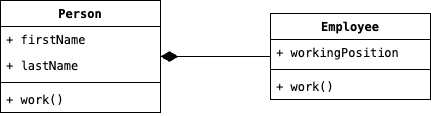
Earlier version of the draw.io export Assets/Images/Introduzione-2.png (mrOranger/DesignPatterns). Source tidied: cells renumbered, new cells last; positions are measured from the earlier drawing's top-left corner, leaving out a move shared by most shapes. Source of this version:
```xml
<mxGraphModel>
  <root>
    <mxCell id="0" />
    <mxCell id="1" parent="0" />
    <mxCell id="2" value="Person" style="swimlane;fontStyle=1;align=center;verticalAlign=top;horizontal=1;startSize=26;whiteSpace=wrap;html=1;fontFamily=Menlo;" parent="1" vertex="1">
      <mxGeometry width="160" height="112" as="geometry" />
    </mxCell>
    <mxCell id="3" value="+ firstName" style="text;strokeColor=none;fillColor=none;align=left;verticalAlign=top;spacingLeft=4;spacingRight=4;overflow=hidden;whiteSpace=wrap;html=1;fontFamily=Menlo;" parent="2" vertex="1">
      <mxGeometry y="26" width="160" height="26" as="geometry" />
    </mxCell>
    <mxCell id="4" value="+ lastName" style="text;strokeColor=none;fillColor=none;align=left;verticalAlign=top;spacingLeft=4;spacingRight=4;overflow=hidden;whiteSpace=wrap;html=1;fontFamily=Menlo;" parent="2" vertex="1">
      <mxGeometry y="52" width="160" height="26" as="geometry" />
    </mxCell>
    <mxCell id="5" style="line;strokeWidth=1;fillColor=none;align=left;verticalAlign=middle;spacingTop=-1;spacingLeft=3;spacingRight=3;labelPosition=right;strokeColor=inherit;fontFamily=Menlo;" parent="2" vertex="1">
      <mxGeometry y="78" width="160" height="8" as="geometry" />
    </mxCell>
    <mxCell id="6" value="+ work()" style="text;strokeColor=none;fillColor=none;align=left;verticalAlign=top;spacingLeft=4;spacingRight=4;overflow=hidden;whiteSpace=wrap;html=1;fontFamily=Menlo;" parent="2" vertex="1">
      <mxGeometry y="86" width="160" height="26" as="geometry" />
    </mxCell>
    <mxCell id="7" style="edgeStyle=orthogonalEdgeStyle;rounded=0;jettySize=auto;html=1;endArrow=diamondThin;endFill=1;endSize=15;startSize=15;fontFamily=Menlo;" parent="1" edge="1" source="8" target="2">
      <mxGeometry relative="1" as="geometry" />
    </mxCell>
    <mxCell id="8" value="Employee" style="swimlane;fontStyle=1;align=center;verticalAlign=top;horizontal=1;startSize=26;whiteSpace=wrap;html=1;fontFamily=Menlo;" parent="1" vertex="1">
      <mxGeometry x="270" y="13" width="160" height="86" as="geometry" />
    </mxCell>
    <mxCell id="9" value="+ workingPosition" style="text;strokeColor=none;fillColor=none;align=left;verticalAlign=top;spacingLeft=4;spacingRight=4;overflow=hidden;whiteSpace=wrap;html=1;fontFamily=Menlo;" parent="8" vertex="1">
      <mxGeometry y="26" width="160" height="26" as="geometry" />
    </mxCell>
    <mxCell id="10" style="line;strokeWidth=1;fillColor=none;align=left;verticalAlign=middle;spacingTop=-1;spacingLeft=3;spacingRight=3;labelPosition=right;strokeColor=inherit;fontFamily=Menlo;" parent="8" vertex="1">
      <mxGeometry y="52" width="160" height="8" as="geometry" />
    </mxCell>
    <mxCell id="11" value="+ work()" style="text;strokeColor=none;fillColor=none;align=left;verticalAlign=top;spacingLeft=4;spacingRight=4;overflow=hidden;whiteSpace=wrap;html=1;fontFamily=Menlo;" parent="8" vertex="1">
      <mxGeometry y="60" width="160" height="26" as="geometry" />
    </mxCell>
  </root>
</mxGraphModel>
```
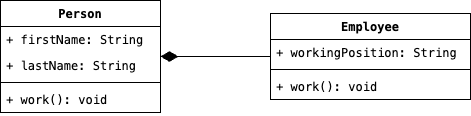
Later version of the same file.

What changed in the source:
```diff
@@ -5,32 +5,32 @@
     <mxCell id="2" value="Person" style="swimlane;fontStyle=1;align=center;verticalAlign=top;horizontal=1;startSize=26;whiteSpace=wrap;html=1;fontFamily=Menlo;" parent="1" vertex="1">
       <mxGeometry width="160" height="112" as="geometry" />
     </mxCell>
-    <mxCell id="3" value="+ firstName" style="text;strokeColor=none;fillColor=none;align=left;verticalAlign=top;spacingLeft=4;spacingRight=4;overflow=hidden;whiteSpace=wrap;html=1;fontFamily=Menlo;" parent="2" vertex="1">
+    <mxCell id="3" value="+ firstName: String" style="text;strokeColor=none;fillColor=none;align=left;verticalAlign=top;spacingLeft=4;spacingRight=4;overflow=hidden;whiteSpace=wrap;html=1;fontFamily=Menlo;" parent="2" vertex="1">
       <mxGeometry y="26" width="160" height="26" as="geometry" />
     </mxCell>
-    <mxCell id="4" value="+ lastName" style="text;strokeColor=none;fillColor=none;align=left;verticalAlign=top;spacingLeft=4;spacingRight=4;overflow=hidden;whiteSpace=wrap;html=1;fontFamily=Menlo;" parent="2" vertex="1">
+    <mxCell id="4" value="+ lastName: String" style="text;strokeColor=none;fillColor=none;align=left;verticalAlign=top;spacingLeft=4;spacingRight=4;overflow=hidden;whiteSpace=wrap;html=1;fontFamily=Menlo;" parent="2" vertex="1">
       <mxGeometry y="52" width="160" height="26" as="geometry" />
     </mxCell>
     <mxCell id="5" style="line;strokeWidth=1;fillColor=none;align=left;verticalAlign=middle;spacingTop=-1;spacingLeft=3;spacingRight=3;labelPosition=right;strokeColor=inherit;fontFamily=Menlo;" parent="2" vertex="1">
       <mxGeometry y="78" width="160" height="8" as="geometry" />
     </mxCell>
-    <mxCell id="6" value="+ work()" style="text;strokeColor=none;fillColor=none;align=left;verticalAlign=top;spacingLeft=4;spacingRight=4;overflow=hidden;whiteSpace=wrap;html=1;fontFamily=Menlo;" parent="2" vertex="1">
+    <mxCell id="6" value="+ work(): void" style="text;strokeColor=none;fillColor=none;align=left;verticalAlign=top;spacingLeft=4;spacingRight=4;overflow=hidden;whiteSpace=wrap;html=1;fontFamily=Menlo;" parent="2" vertex="1">
       <mxGeometry y="86" width="160" height="26" as="geometry" />
     </mxCell>
     <mxCell id="7" style="edgeStyle=orthogonalEdgeStyle;rounded=0;jettySize=auto;html=1;endArrow=diamondThin;endFill=1;endSize=15;startSize=15;fontFamily=Menlo;" parent="1" edge="1" source="8" target="2">
       <mxGeometry relative="1" as="geometry" />
     </mxCell>
     <mxCell id="8" value="Employee" style="swimlane;fontStyle=1;align=center;verticalAlign=top;horizontal=1;startSize=26;whiteSpace=wrap;html=1;fontFamily=Menlo;" parent="1" vertex="1">
-      <mxGeometry x="270" y="13" width="160" height="86" as="geometry" />
+      <mxGeometry x="270" y="13" width="200" height="86" as="geometry" />
     </mxCell>
-    <mxCell id="9" value="+ workingPosition" style="text;strokeColor=none;fillColor=none;align=left;verticalAlign=top;spacingLeft=4;spacingRight=4;overflow=hidden;whiteSpace=wrap;html=1;fontFamily=Menlo;" parent="8" vertex="1">
-      <mxGeometry y="26" width="160" height="26" as="geometry" />
+    <mxCell id="9" value="+ workingPosition: String" style="text;strokeColor=none;fillColor=none;align=left;verticalAlign=top;spacingLeft=4;spacingRight=4;overflow=hidden;whiteSpace=wrap;html=1;fontFamily=Menlo;" parent="8" vertex="1">
+      <mxGeometry y="26" width="200" height="26" as="geometry" />
     </mxCell>
     <mxCell id="10" style="line;strokeWidth=1;fillColor=none;align=left;verticalAlign=middle;spacingTop=-1;spacingLeft=3;spacingRight=3;labelPosition=right;strokeColor=inherit;fontFamily=Menlo;" parent="8" vertex="1">
-      <mxGeometry y="52" width="160" height="8" as="geometry" />
+      <mxGeometry y="52" width="200" height="8" as="geometry" />
     </mxCell>
-    <mxCell id="11" value="+ work()" style="text;strokeColor=none;fillColor=none;align=left;verticalAlign=top;spacingLeft=4;spacingRight=4;overflow=hidden;whiteSpace=wrap;html=1;fontFamily=Menlo;" parent="8" vertex="1">
-      <mxGeometry y="60" width="160" height="26" as="geometry" />
+    <mxCell id="11" value="+ work(): void" style="text;strokeColor=none;fillColor=none;align=left;verticalAlign=top;spacingLeft=4;spacingRight=4;overflow=hidden;whiteSpace=wrap;html=1;fontFamily=Menlo;" parent="8" vertex="1">
+      <mxGeometry y="60" width="200" height="26" as="geometry" />
     </mxCell>
   </root>
 </mxGraphModel>
```
